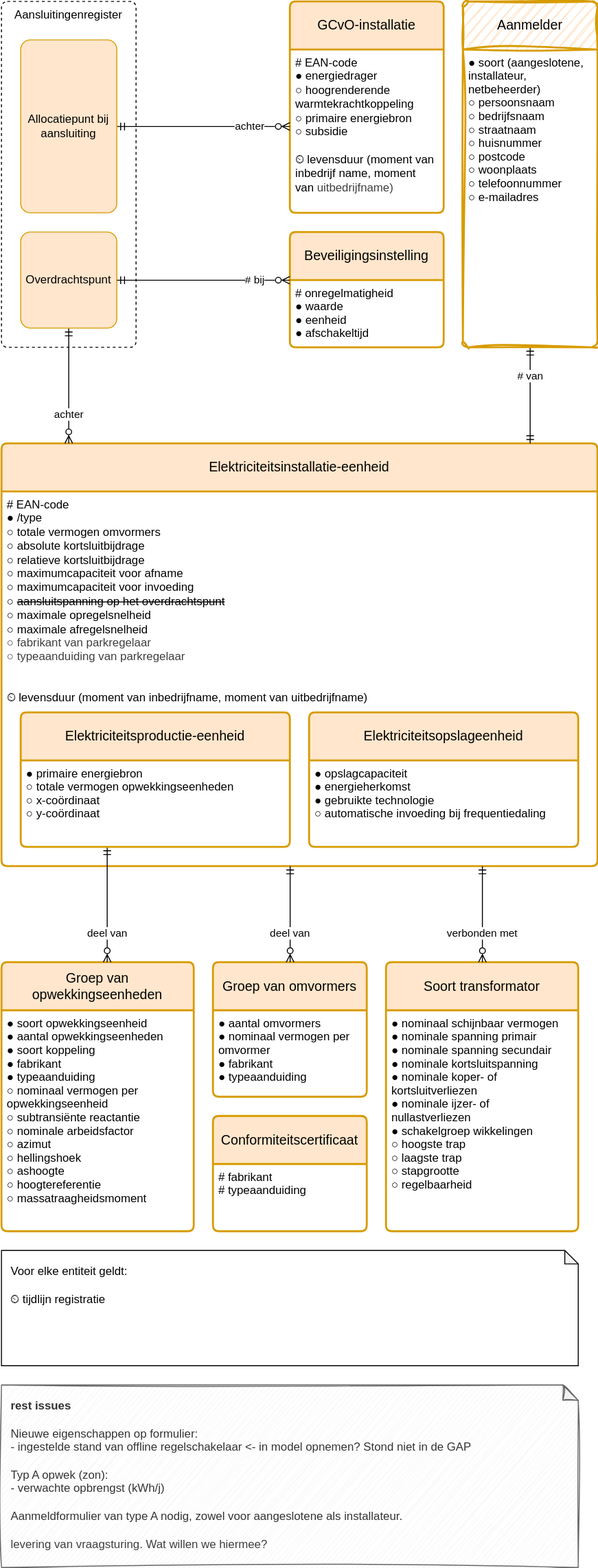
Above: registers/installatieregister/1.0/installatieregister.drawio.svg in Netbeheer-Nederland/stelsel (draw.io), before the change. Source tidied: cells renumbered, new cells last; positions are measured from the earlier drawing's top-left corner, leaving out a move shared by most shapes.
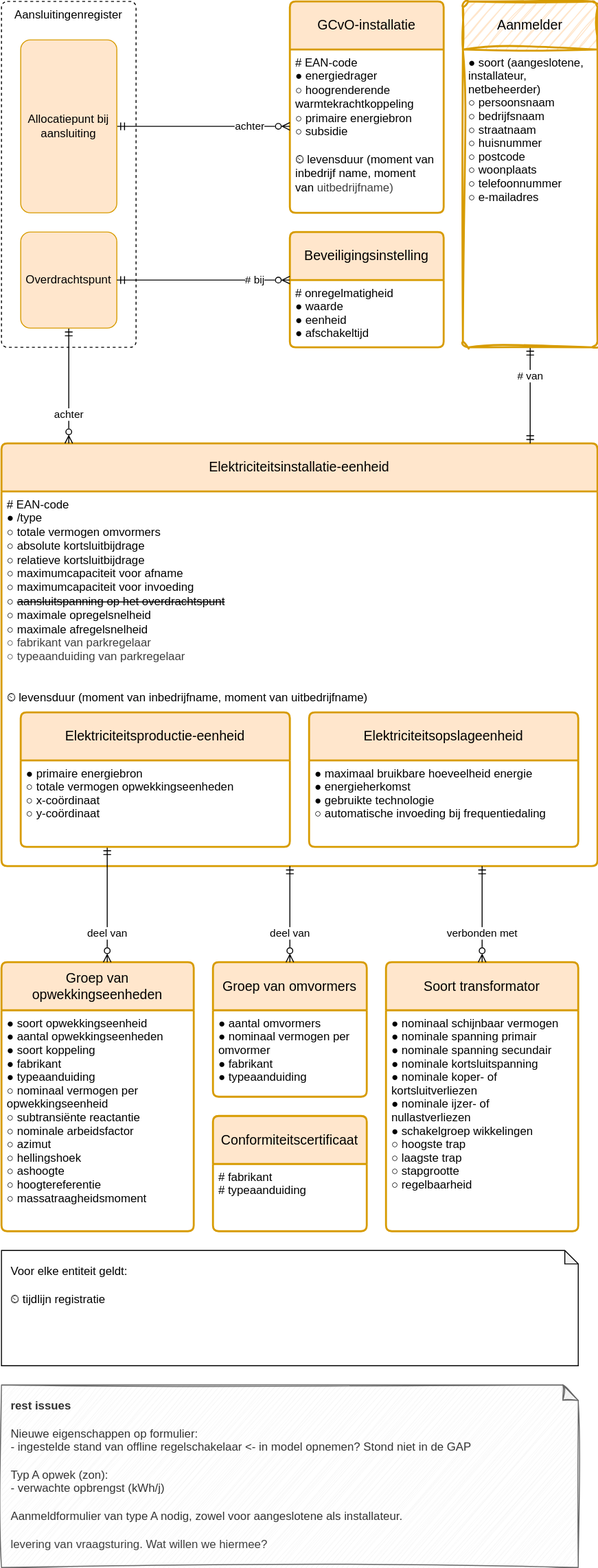
After the commit.

Commit message:
stuk in linkml aangepast / opslageenheid

Diff of the diagram source:
```diff
@@ -44,7 +44,7 @@
     <mxCell id="15" value="Elektriciteitsopslageenheid" style="swimlane;horizontal=1;startSize=50;rounded=1;fontSize=14;fontStyle=0;strokeWidth=2;shadow=0;dashed=0;align=center;fillColor=#ffe6cc;strokeColor=#d79b00;arcSize=4;whiteSpace=wrap;html=1;spacing=10;" parent="1" vertex="1">
       <mxGeometry x="320" y="740" width="280" height="140" as="geometry" />
     </mxCell>
-    <mxCell id="16" value="● opslagcapaciteit&#10;● energieherkomst&#10;● gebruikte technologie&#10;○ automatische invoeding bij frequentiedaling" style="align=left;strokeColor=none;fillColor=none;spacingLeft=4;fontSize=12;verticalAlign=top;fontStyle=0;" parent="15" vertex="1">
+    <mxCell id="16" value="● maximaal bruikbare hoeveelheid energie&#10;● energieherkomst&#10;● gebruikte technologie&#10;○ automatische invoeding bij frequentiedaling" style="align=left;strokeColor=none;fillColor=none;spacingLeft=4;fontSize=12;verticalAlign=top;fontStyle=0;" parent="15" vertex="1">
       <mxGeometry y="50" width="280" height="90" as="geometry" />
     </mxCell>
     <mxCell id="17" style="edgeStyle=none;html=1;entryX=0;entryY=0;entryDx=0;entryDy=0;" parent="15" edge="1" source="15" target="16">
```
